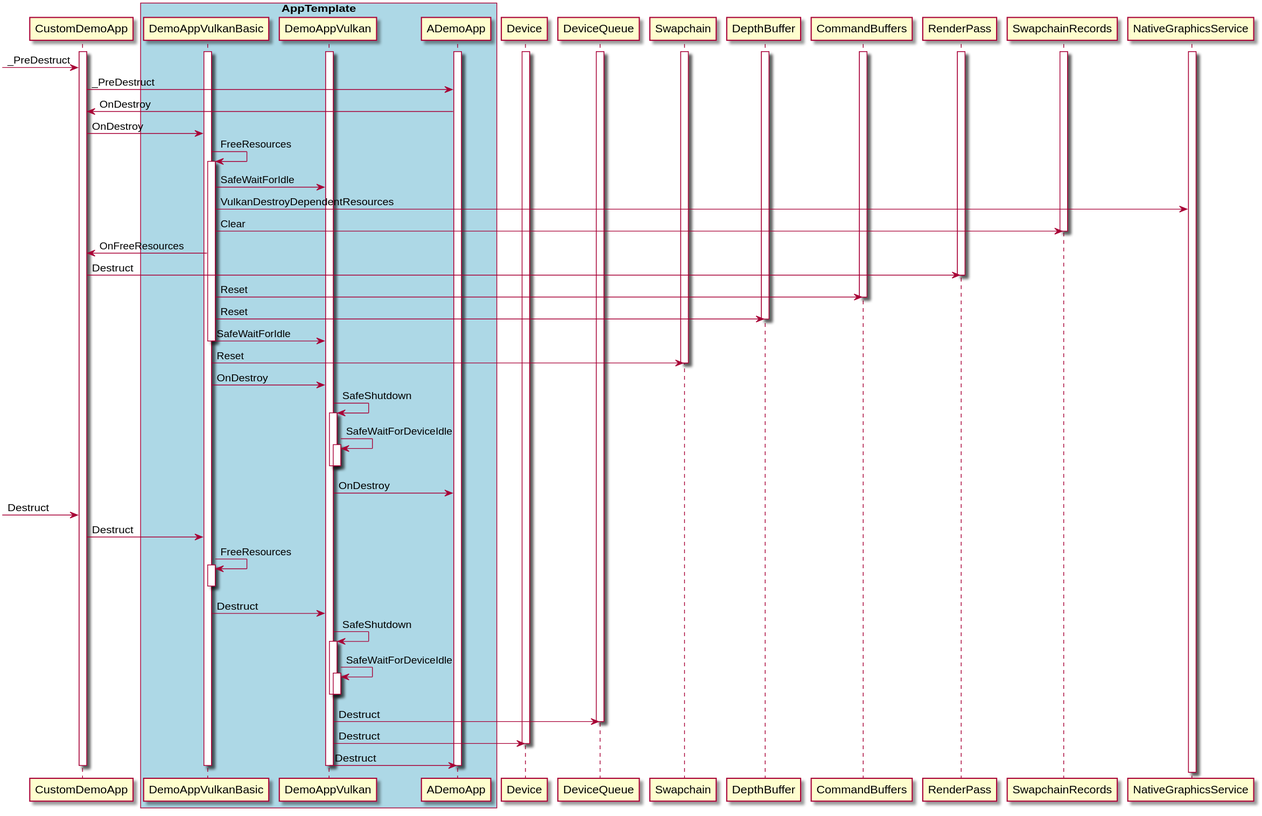
The PlantUML diagram Doc/Vulkan/Images/DemoAppVulkanBasic_Flow_Shutdown.svg in nxp-imx/gtec-demo-framework, before a commit.
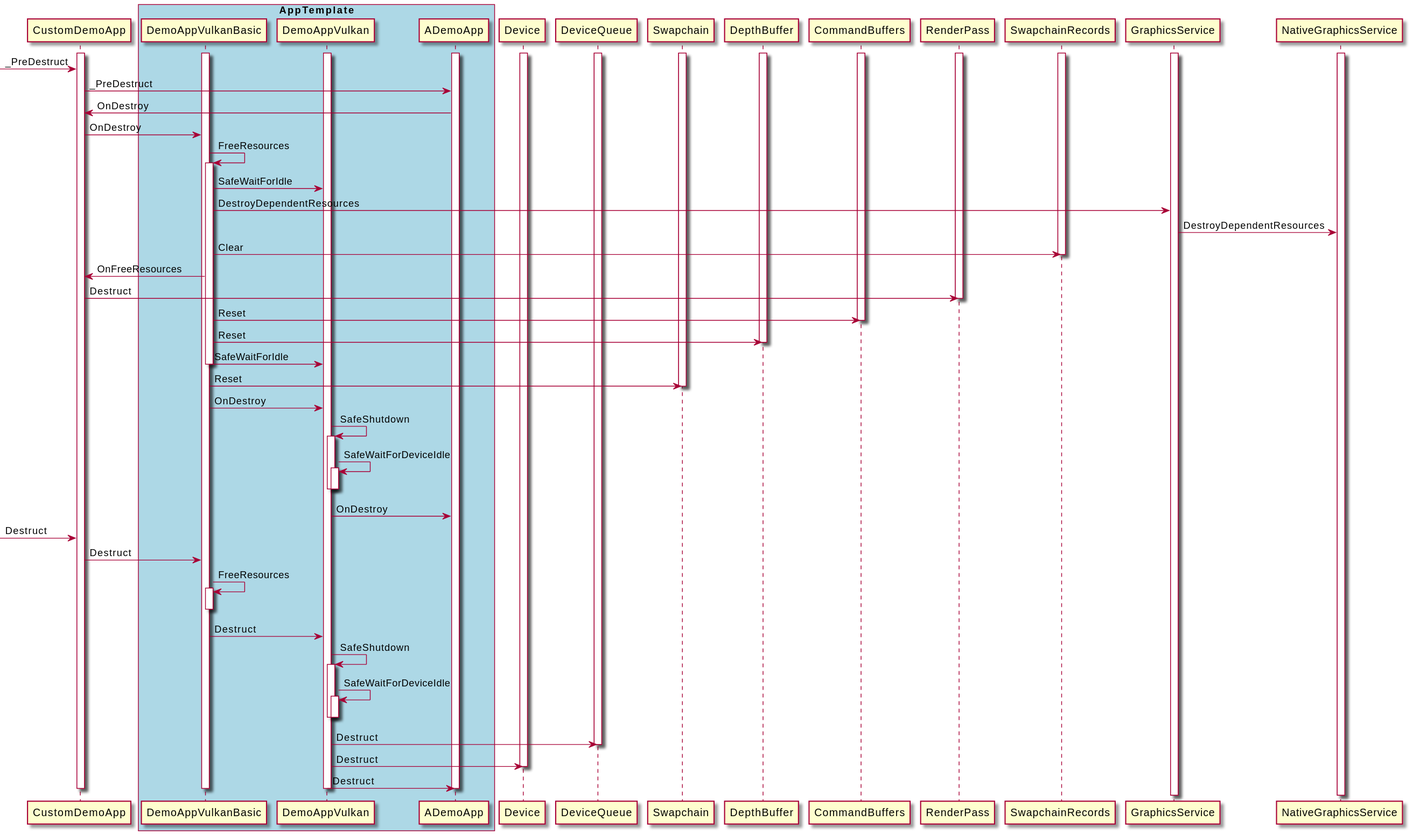
After the commit.

Change to the diagram source:
```diff
@@ -17,6 +17,7 @@
 activate CommandBuffers
 activate RenderPass
 activate SwapchainRecords
+activate GraphicsService
 activate NativeGraphicsService
 
 ->CustomDemoApp: _PreDestruct
@@ -25,7 +26,8 @@
 CustomDemoApp->DemoAppVulkanBasic: OnDestroy
 DemoAppVulkanBasic->DemoAppVulkanBasic++: FreeResources
 DemoAppVulkanBasic->DemoAppVulkan: SafeWaitForIdle
-DemoAppVulkanBasic->NativeGraphicsService: VulkanDestroyDependentResources
+DemoAppVulkanBasic->GraphicsService: DestroyDependentResources
+GraphicsService->NativeGraphicsService: DestroyDependentResources
 DemoAppVulkanBasic->SwapchainRecords: Clear
 deactivate SwapchainRecords
 DemoAppVulkanBasic->CustomDemoApp: OnFreeResources
```
